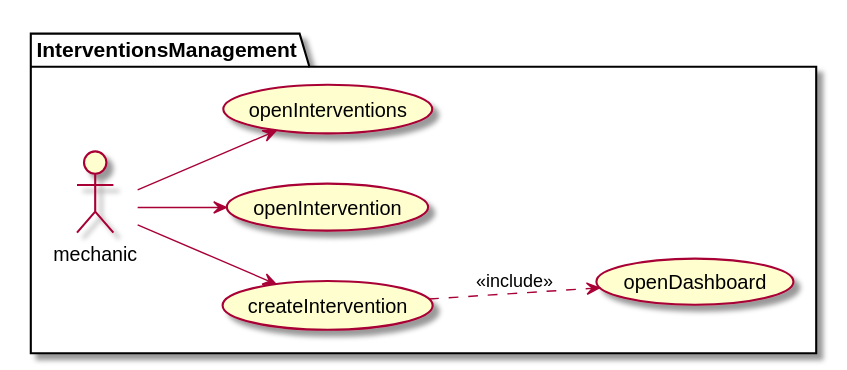
Ruskab/agrimManager keeps this PlantUML diagram as documentation/1usecasesview/usecases/svg/interventionUsecases.svg. Above is the earlier version. Source of this version:
```plantuml
@startuml
left to right direction


package InterventionsManagement {
:mechanic: --> (createIntervention)
(createIntervention) ..> (openDashboard) : <<include>>
:mechanic: --> (openIntervention)
:mechanic: --> (openInterventions)
}
@enduml
```
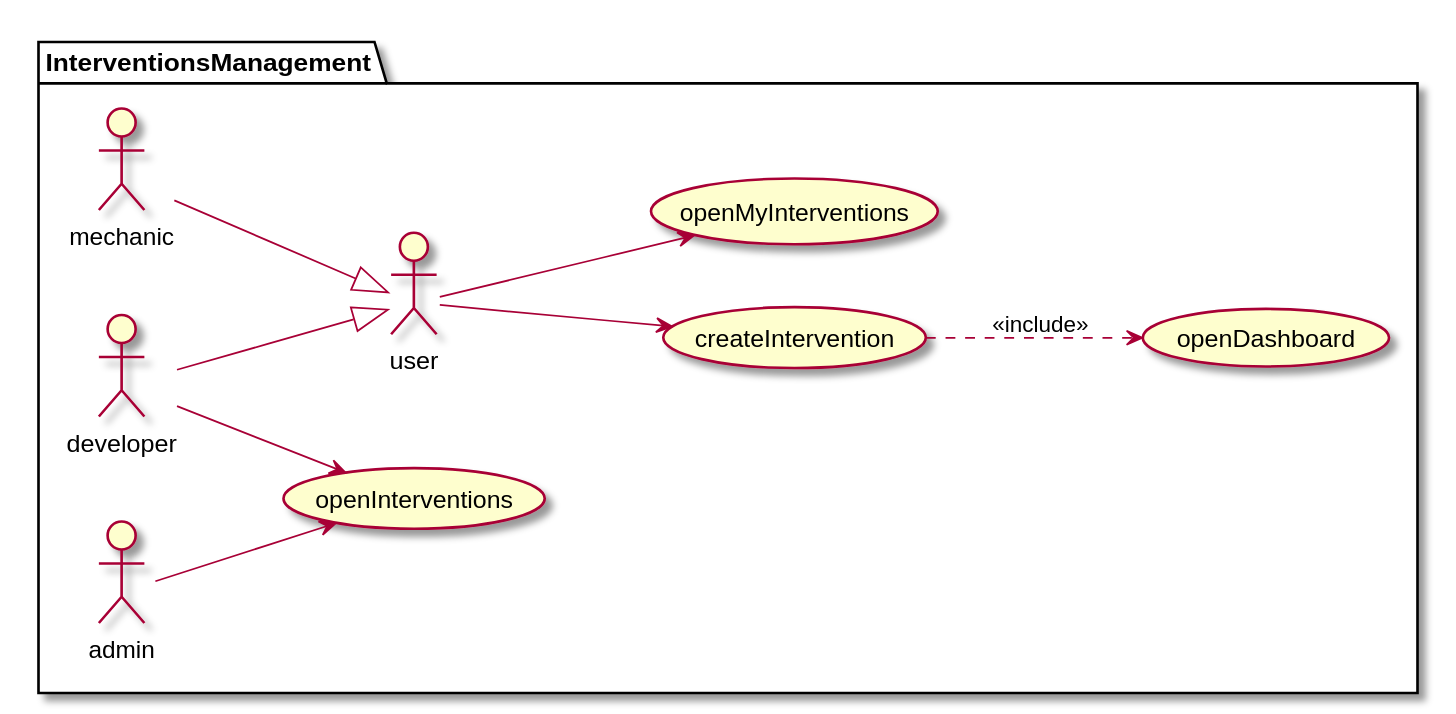
After the commit.

Change to the diagram source:
```diff
@@ -3,9 +3,13 @@
 
 
 package InterventionsManagement {
-:mechanic: --> (createIntervention)
+:mechanic: --|> :user:
+:developer: --|> :user:
+
+:user: --> (createIntervention)
 (createIntervention) ..> (openDashboard) : <<include>>
-:mechanic: --> (openIntervention)
-:mechanic: --> (openInterventions)
+:admin: --> (openInterventions)
+:developer: --> (openInterventions)
+:user: --> (openMyInterventions)
 }
 @enduml
```
